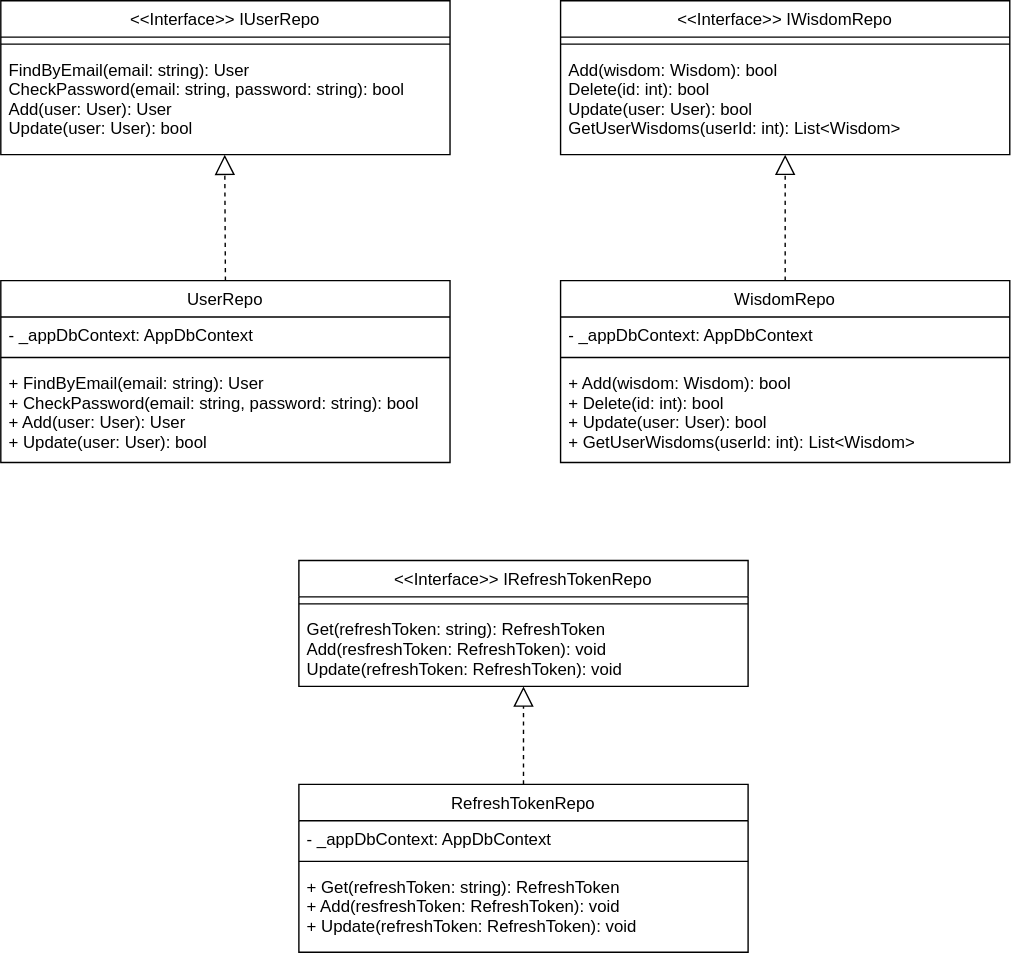
Above: Diagram/Class Diagrams/Repositories.svg in Davidemad24/WisdomSystem (draw.io), before the change. Source tidied: cells renumbered, new cells last; positions are measured from the earlier drawing's top-left corner, leaving out a move shared by most shapes.
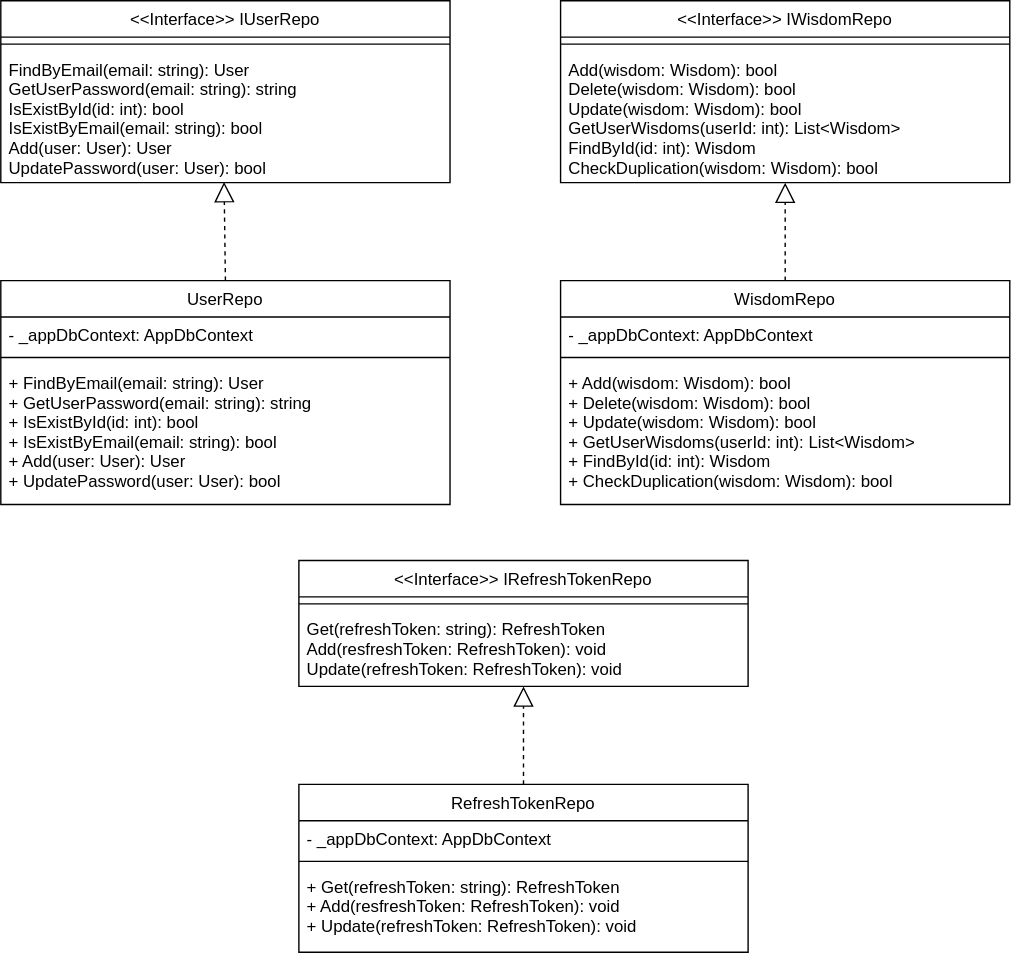
Above is the later version.

Diff of the diagram source:
```diff
@@ -3,7 +3,7 @@
     <mxCell id="0" />
     <mxCell id="1" parent="0" />
     <mxCell id="2" value="UserRepo" style="swimlane;fontStyle=0;align=center;verticalAlign=top;horizontal=1;startSize=26;rounded=0;shadow=0;strokeWidth=1;" parent="1" vertex="1">
-      <mxGeometry y="200" width="321" height="130" as="geometry" />
+      <mxGeometry y="200" width="321" height="160" as="geometry" />
     </mxCell>
     <mxCell id="3" value="- _appDbContext: AppDbContext" style="text;align=left;verticalAlign=top;spacingLeft=4;spacingRight=4;overflow=hidden;" parent="2" vertex="1">
       <mxGeometry y="26" width="321" height="24" as="geometry" />
@@ -11,11 +11,11 @@
     <mxCell id="4" style="line;html=1;strokeWidth=1;align=left;verticalAlign=middle;spacingTop=-1;spacingLeft=3;spacingRight=3;labelPosition=right;" parent="2" vertex="1">
       <mxGeometry y="50" width="321" height="10" as="geometry" />
     </mxCell>
-    <mxCell id="5" value="+ FindByEmail(email: string): User&#10;+ CheckPassword(email: string, password: string): bool&#10;+ Add(user: User): User&#10;+ Update(user: User): bool" style="text;align=left;verticalAlign=top;spacingLeft=4;spacingRight=4;overflow=hidden;" parent="2" vertex="1">
-      <mxGeometry y="60" width="321" height="66" as="geometry" />
+    <mxCell id="5" value="+ FindByEmail(email: string): User&#10;+ GetUserPassword(email: string): string&#10;+ IsExistById(id: int): bool&#10;+ IsExistByEmail(email: string): bool&#10;+ Add(user: User): User&#10;+ UpdatePassword(user: User): bool" style="text;align=left;verticalAlign=top;spacingLeft=4;spacingRight=4;overflow=hidden;" parent="2" vertex="1">
+      <mxGeometry y="60" width="321" height="100" as="geometry" />
     </mxCell>
     <mxCell id="6" value="WisdomRepo" style="swimlane;fontStyle=0;align=center;verticalAlign=top;horizontal=1;startSize=26;rounded=0;shadow=0;strokeWidth=1;" parent="1" vertex="1">
-      <mxGeometry x="400" y="200" width="321" height="130" as="geometry" />
+      <mxGeometry x="400" y="200" width="321" height="160" as="geometry" />
     </mxCell>
     <mxCell id="7" value="- _appDbContext: AppDbContext" style="text;align=left;verticalAlign=top;spacingLeft=4;spacingRight=4;overflow=hidden;" parent="6" vertex="1">
       <mxGeometry y="26" width="321" height="24" as="geometry" />
@@ -23,8 +23,8 @@
     <mxCell id="8" style="line;html=1;strokeWidth=1;align=left;verticalAlign=middle;spacingTop=-1;spacingLeft=3;spacingRight=3;labelPosition=right;" parent="6" vertex="1">
       <mxGeometry y="50" width="321" height="10" as="geometry" />
     </mxCell>
-    <mxCell id="9" value="+ Add(wisdom: Wisdom): bool&#10;+ Delete(id: int): bool&#10;+ Update(user: User): bool&#10;+ GetUserWisdoms(userId: int): List&lt;Wisdom&gt;" style="text;align=left;verticalAlign=top;spacingLeft=4;spacingRight=4;overflow=hidden;" parent="6" vertex="1">
-      <mxGeometry y="60" width="321" height="70" as="geometry" />
+    <mxCell id="9" value="+ Add(wisdom: Wisdom): bool&#10;+ Delete(wisdom: Wisdom): bool&#10;+ Update(wisdom: Wisdom): bool&#10;+ GetUserWisdoms(userId: int): List&lt;Wisdom&gt;&#10;+ FindById(id: int): Wisdom&#10;+ CheckDuplication(wisdom: Wisdom): bool" style="text;align=left;verticalAlign=top;spacingLeft=4;spacingRight=4;overflow=hidden;" parent="6" vertex="1">
+      <mxGeometry y="60" width="321" height="90" as="geometry" />
     </mxCell>
     <mxCell id="10" value="RefreshTokenRepo" style="swimlane;fontStyle=0;align=center;verticalAlign=top;horizontal=1;startSize=26;rounded=0;shadow=0;strokeWidth=1;" parent="1" vertex="1">
       <mxGeometry x="213" y="560" width="321" height="120" as="geometry" />
@@ -39,22 +39,22 @@
       <mxGeometry y="60" width="321" height="50" as="geometry" />
     </mxCell>
     <mxCell id="14" value="&lt;&lt;Interface&gt;&gt; IUserRepo" style="swimlane;fontStyle=0;align=center;verticalAlign=top;horizontal=1;startSize=26;rounded=0;shadow=0;strokeWidth=1;" parent="1" vertex="1">
-      <mxGeometry width="321" height="110" as="geometry" />
+      <mxGeometry width="321" height="130" as="geometry" />
     </mxCell>
     <mxCell id="15" style="line;html=1;strokeWidth=1;align=left;verticalAlign=middle;spacingTop=-1;spacingLeft=3;spacingRight=3;labelPosition=right;" parent="14" vertex="1">
       <mxGeometry y="26" width="321" height="10" as="geometry" />
     </mxCell>
-    <mxCell id="16" value="FindByEmail(email: string): User&#10;CheckPassword(email: string, password: string): bool&#10;Add(user: User): User&#10;Update(user: User): bool" style="text;align=left;verticalAlign=top;spacingLeft=4;spacingRight=4;overflow=hidden;points=[[0,0.5],[1,0.5]];portConstraint=eastwest;" parent="14" vertex="1">
-      <mxGeometry y="36" width="321" height="66" as="geometry" />
+    <mxCell id="16" value="FindByEmail(email: string): User&#10;GetUserPassword(email: string): string&#10;IsExistById(id: int): bool&#10;IsExistByEmail(email: string): bool&#10;Add(user: User): User&#10;UpdatePassword(user: User): bool" style="text;align=left;verticalAlign=top;spacingLeft=4;spacingRight=4;overflow=hidden;points=[[0,0.5],[1,0.5]];portConstraint=eastwest;" parent="14" vertex="1">
+      <mxGeometry y="36" width="321" height="94" as="geometry" />
     </mxCell>
     <mxCell id="17" value="&lt;&lt;Interface&gt;&gt; IWisdomRepo" style="swimlane;fontStyle=0;align=center;verticalAlign=top;horizontal=1;startSize=26;rounded=0;shadow=0;strokeWidth=1;" parent="1" vertex="1">
-      <mxGeometry x="400" width="321" height="110" as="geometry" />
+      <mxGeometry x="400" width="321" height="130" as="geometry" />
     </mxCell>
     <mxCell id="18" style="line;html=1;strokeWidth=1;align=left;verticalAlign=middle;spacingTop=-1;spacingLeft=3;spacingRight=3;labelPosition=right;" parent="17" vertex="1">
       <mxGeometry y="26" width="321" height="10" as="geometry" />
     </mxCell>
-    <mxCell id="19" value="Add(wisdom: Wisdom): bool&#10;Delete(id: int): bool&#10;Update(user: User): bool&#10;GetUserWisdoms(userId: int): List&lt;Wisdom&gt;" style="text;align=left;verticalAlign=top;spacingLeft=4;spacingRight=4;overflow=hidden;" parent="17" vertex="1">
-      <mxGeometry y="36" width="321" height="70" as="geometry" />
+    <mxCell id="19" value="Add(wisdom: Wisdom): bool&#10;Delete(wisdom: Wisdom): bool&#10;Update(wisdom: Wisdom): bool&#10;GetUserWisdoms(userId: int): List&lt;Wisdom&gt;&#10;FindById(id: int): Wisdom&#10;CheckDuplication(wisdom: Wisdom): bool" style="text;align=left;verticalAlign=top;spacingLeft=4;spacingRight=4;overflow=hidden;" parent="17" vertex="1">
+      <mxGeometry y="36" width="321" height="94" as="geometry" />
     </mxCell>
     <mxCell id="20" value="&lt;&lt;Interface&gt;&gt; IRefreshTokenRepo" style="swimlane;fontStyle=0;align=center;verticalAlign=top;horizontal=1;startSize=26;rounded=0;shadow=0;strokeWidth=1;" parent="1" vertex="1">
       <mxGeometry x="213" y="400" width="321" height="90" as="geometry" />
@@ -68,10 +68,8 @@
     <mxCell id="23" style="endArrow=block;dashed=1;endFill=0;endSize=12;html=1;rounded=0;entryX=0.5;entryY=1;entryDx=0;entryDy=0;exitX=0.5;exitY=0;exitDx=0;exitDy=0;" parent="1" edge="1" source="6" target="17">
       <mxGeometry relative="1" as="geometry" />
     </mxCell>
-    <mxCell id="24" style="endArrow=block;dashed=1;endFill=0;endSize=12;html=1;rounded=0;exitX=0.5;exitY=0;exitDx=0;exitDy=0;" parent="1" edge="1" source="2">
-      <mxGeometry relative="1" as="geometry">
-        <mxPoint x="160" y="110" as="targetPoint" />
-      </mxGeometry>
+    <mxCell id="24" style="endArrow=block;dashed=1;endFill=0;endSize=12;html=1;rounded=0;exitX=0.5;exitY=0;exitDx=0;exitDy=0;entryX=0.497;entryY=0.995;entryDx=0;entryDy=0;entryPerimeter=0;" parent="1" edge="1" source="2" target="16">
+      <mxGeometry relative="1" as="geometry" />
     </mxCell>
     <mxCell id="25" style="endArrow=block;dashed=1;endFill=0;endSize=12;html=1;rounded=0;exitX=0.5;exitY=0;exitDx=0;exitDy=0;entryX=0.5;entryY=1;entryDx=0;entryDy=0;" parent="1" edge="1" source="10" target="20">
       <mxGeometry relative="1" as="geometry" />
```
